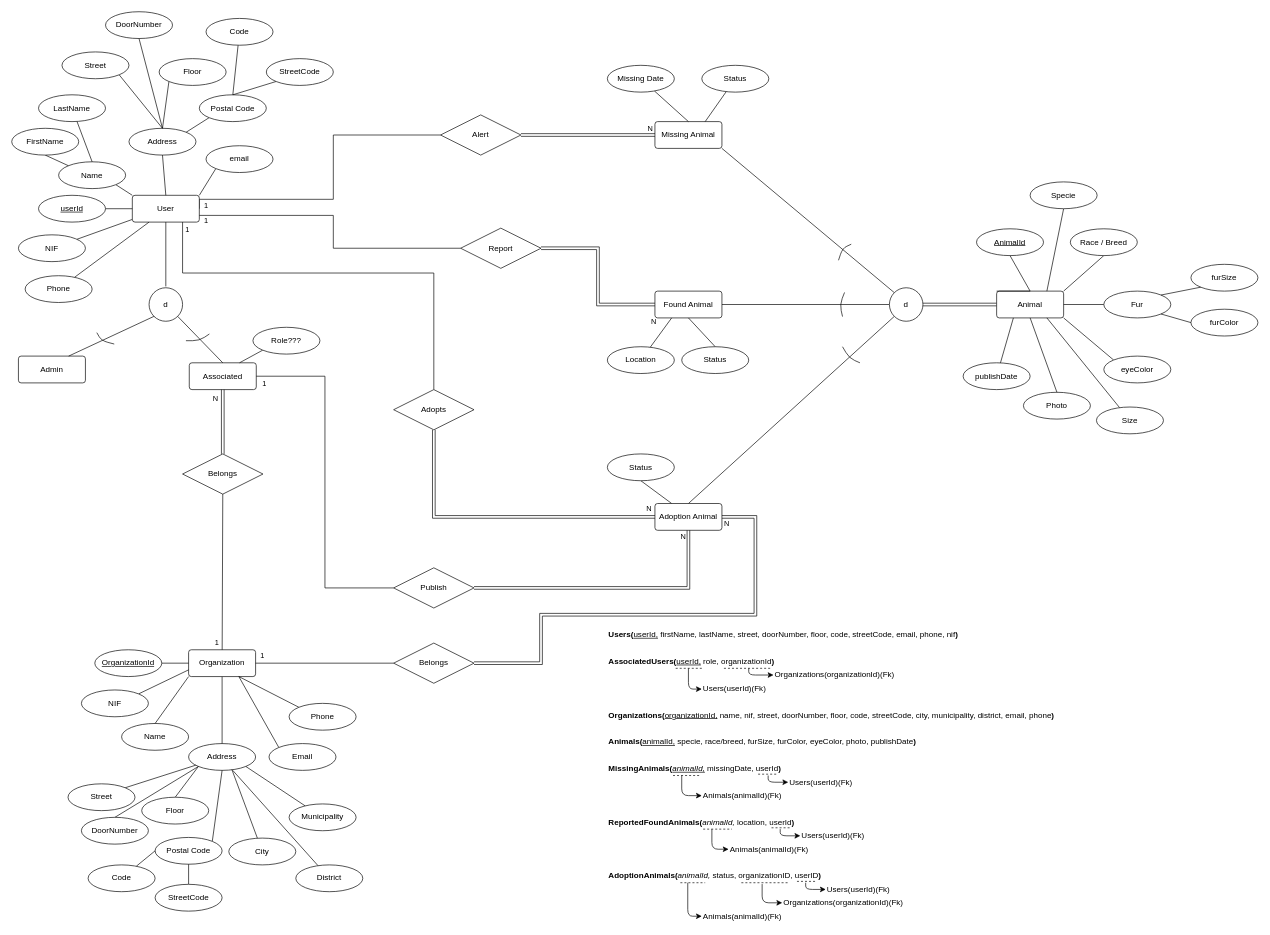
This is Docs/DER.drawio from Projecto-Final-de-Curso-TeSP-PSI/pet-adoption, a draw.io file, before an edit. Source tidied: cells renumbered, new cells numbered last; positions are measured from the earlier drawing's top-left corner, leaving out a move shared by most shapes. Both pictures are drawn from the tidied source at 67%, with x=0, y=0 at pixel (11, 11).
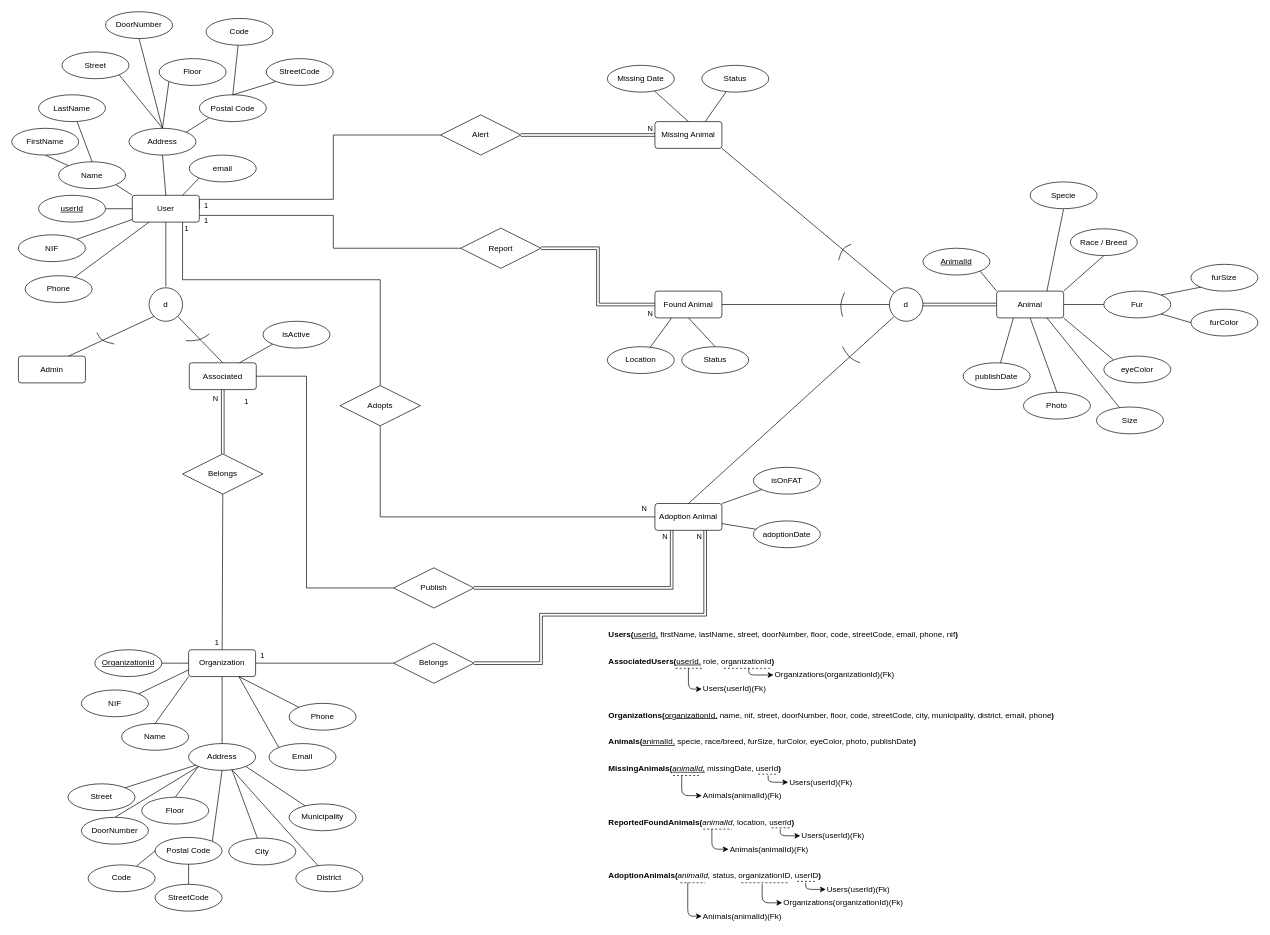
The same diagram, later.

The change refers to these unchanged cells:
```xml
<mxCell id="3" value="Associated" style="rounded=1;arcSize=10;whiteSpace=wrap;html=1;align=center;" parent="1" vertex="1">
  <mxGeometry x="265" y="524" width="100" height="40" as="geometry" />
</mxCell>
<mxCell id="17" value="Adoption Animal" style="rounded=1;arcSize=10;whiteSpace=wrap;html=1;align=center;" parent="1" vertex="1">
  <mxGeometry x="960" y="734" width="100" height="40" as="geometry" />
</mxCell>
<mxCell id="63" value="Animal" style="rounded=1;arcSize=10;whiteSpace=wrap;html=1;align=center;" parent="1" vertex="1">
  <mxGeometry x="1470" y="417" width="100" height="40" as="geometry" />
</mxCell>
<mxCell id="85" value="Publish" style="shape=rhombus;perimeter=rhombusPerimeter;whiteSpace=wrap;html=1;align=center;" parent="1" vertex="1">
  <mxGeometry x="570" y="830" width="120" height="60" as="geometry" />
</mxCell>
<mxCell id="90" value="User" style="rounded=1;arcSize=10;whiteSpace=wrap;html=1;align=center;" parent="1" vertex="1">
  <mxGeometry x="180" y="274" width="100" height="40" as="geometry" />
</mxCell>
<mxCell id="125" style="edgeStyle=orthogonalEdgeStyle;rounded=0;jettySize=auto;html=1;entryX=0;entryY=0.5;entryDx=0;entryDy=0;endArrow=none;endFill=0;shape=link;exitX=1;exitY=0.5;exitDx=0;exitDy=0;" parent="1" edge="1" source="187" target="19">
  <mxGeometry relative="1" as="geometry" />
</mxCell>
<mxCell id="182" value="Belongs" style="shape=rhombus;perimeter=rhombusPerimeter;whiteSpace=wrap;html=1;align=center;" parent="1" vertex="1">
  <mxGeometry x="570" y="942.3" width="120" height="60" as="geometry" />
</mxCell>
```

Change to the diagram source:
```diff
@@
-    <mxCell id="16" style="rounded=0;jettySize=auto;html=1;exitX=0.25;exitY=0;exitDx=0;exitDy=0;entryX=0.5;entryY=1;entryDx=0;entryDy=0;endArrow=none;endFill=0;strokeWidth=1;" parent="1" edge="1" source="17" target="172">
-      <mxGeometry relative="1" as="geometry" />
-    </mxCell>
@@
-    <mxCell id="66" style="edgeStyle=none;rounded=0;jettySize=auto;html=1;exitX=0.5;exitY=1;exitDx=0;exitDy=0;entryX=0.5;entryY=0;entryDx=0;entryDy=0;endArrow=none;endFill=0;" parent="1" edge="1" source="67" target="63">
+    <mxCell id="66" style="edgeStyle=none;rounded=0;jettySize=auto;html=1;exitX=1;exitY=1;exitDx=0;exitDy=0;endArrow=none;endFill=0;entryX=0;entryY=0;entryDx=0;entryDy=0;" parent="1" edge="1" source="67" target="63">
       <mxGeometry x="1620" y="474" as="geometry" />
     </mxCell>
     <mxCell id="67" value="AnimalId" style="ellipse;whiteSpace=wrap;html=1;align=center;fontStyle=4;" parent="1" vertex="1">
-      <mxGeometry x="1440" y="324" width="100" height="40" as="geometry" />
+      <mxGeometry x="1360" y="353" width="100" height="40" as="geometry" />
     </mxCell>
@@
-    <mxCell id="82" style="edgeStyle=none;rounded=0;orthogonalLoop=1;jettySize=auto;html=1;exitX=0;exitY=0;exitDx=0;exitDy=0;entryX=0.5;entryY=0;entryDx=0;entryDy=0;endArrow=none;endFill=0;" parent="1" edge="1" source="63" target="63">
-      <mxGeometry relative="1" as="geometry" />
-    </mxCell>
-    <mxCell id="83" style="edgeStyle=orthogonalEdgeStyle;rounded=0;jettySize=auto;html=1;exitX=1;exitY=0.5;exitDx=0;exitDy=0;entryX=0.5;entryY=1;entryDx=0;entryDy=0;endArrow=none;endFill=0;shape=link;" parent="1" edge="1" source="85" target="17">
-      <mxGeometry relative="1" as="geometry" />
+    <mxCell id="83" style="edgeStyle=orthogonalEdgeStyle;rounded=0;jettySize=auto;html=1;exitX=1;exitY=0.5;exitDx=0;exitDy=0;endArrow=none;endFill=0;shape=link;entryX=0.25;entryY=1;entryDx=0;entryDy=0;" parent="1" edge="1" source="85" target="17">
+      <mxGeometry relative="1" as="geometry">
+        <Array as="points">
+          <mxPoint x="985" y="860" />
+        </Array>
+      </mxGeometry>
     </mxCell>
     <mxCell id="84" value="N" style="edgeLabel;html=1;align=center;verticalAlign=middle;" parent="83" vertex="1">
       <mxGeometry x="0.3" y="-1" relative="1" as="geometry">
-        <mxPoint x="47.1" y="-79" as="offset" />
+        <mxPoint x="36.1" y="-79" as="offset" />
       </mxGeometry>
     </mxCell>
@@
     <mxCell id="88" style="rounded=0;jettySize=auto;html=1;entryX=0.5;entryY=0;entryDx=0;entryDy=0;endArrow=none;endFill=0;edgeStyle=orthogonalEdgeStyle;exitX=0.75;exitY=1;exitDx=0;exitDy=0;" parent="1" edge="1" source="90" target="135">
       <mxGeometry relative="1" as="geometry">
         <Array as="points">
-          <mxPoint x="255" y="390" />
-          <mxPoint x="630" y="390" />
+          <mxPoint x="255" y="400" />
+          <mxPoint x="550" y="400" />
         </Array>
       </mxGeometry>
     </mxCell>
     <mxCell id="89" value="1" style="edgeLabel;html=1;align=center;verticalAlign=middle;" parent="88" vertex="1">
       <mxGeometry x="-0.76" y="3" relative="1" as="geometry">
-        <mxPoint x="3" y="-64.1" as="offset" />
+        <mxPoint x="2" y="-55.1" as="offset" />
       </mxGeometry>
     </mxCell>
@@
-    <mxCell id="117" style="edgeStyle=none;rounded=0;jettySize=auto;html=1;exitX=0;exitY=1;exitDx=0;exitDy=0;entryX=1;entryY=0;entryDx=0;entryDy=0;endArrow=none;endFill=0;" parent="1" edge="1" source="118" target="90">
+    <mxCell id="117" style="edgeStyle=none;rounded=0;jettySize=auto;html=1;exitX=0;exitY=1;exitDx=0;exitDy=0;entryX=0.75;entryY=0;entryDx=0;entryDy=0;endArrow=none;endFill=0;" parent="1" edge="1" source="118" target="90">
       <mxGeometry x="280" y="220" as="geometry" />
     </mxCell>
     <mxCell id="118" value="email" style="ellipse;whiteSpace=wrap;html=1;align=center;" parent="1" vertex="1">
-      <mxGeometry x="290" y="200" width="100" height="40" as="geometry" />
+      <mxGeometry x="265" y="214" width="100" height="40" as="geometry" />
     </mxCell>
@@
     <mxCell id="126" value="N" style="edgeLabel;html=1;align=center;verticalAlign=middle;" parent="125" vertex="1">
       <mxGeometry x="0.75" relative="1" as="geometry">
-        <mxPoint x="29" y="25" as="offset" />
+        <mxPoint x="24" y="13" as="offset" />
       </mxGeometry>
     </mxCell>
@@
     <mxCell id="131" style="edgeStyle=orthogonalEdgeStyle;rounded=0;jettySize=auto;html=1;exitX=1;exitY=0.5;exitDx=0;exitDy=0;entryX=0;entryY=0.5;entryDx=0;entryDy=0;endArrow=none;endFill=0;" parent="1" edge="1" source="3" target="85">
-      <mxGeometry relative="1" as="geometry" />
+      <mxGeometry relative="1" as="geometry">
+        <Array as="points">
+          <mxPoint x="440" y="544" />
+          <mxPoint x="440" y="860" />
+        </Array>
+      </mxGeometry>
     </mxCell>
@@
-    <mxCell id="133" style="edgeStyle=orthogonalEdgeStyle;rounded=0;jettySize=auto;html=1;exitX=0.5;exitY=1;exitDx=0;exitDy=0;entryX=0;entryY=0.5;entryDx=0;entryDy=0;endArrow=none;endFill=0;shape=link;" parent="1" edge="1" source="135" target="17">
+    <mxCell id="133" style="edgeStyle=orthogonalEdgeStyle;rounded=0;jettySize=auto;html=1;exitX=0.5;exitY=1;exitDx=0;exitDy=0;entryX=0;entryY=0.5;entryDx=0;entryDy=0;endArrow=none;endFill=0;" parent="1" edge="1" source="135" target="17">
       <mxGeometry relative="1" as="geometry" />
     </mxCell>
@@
     <mxCell id="135" value="Adopts" style="shape=rhombus;perimeter=rhombusPerimeter;whiteSpace=wrap;html=1;align=center;" parent="1" vertex="1">
-      <mxGeometry x="570" y="564" width="120" height="60" as="geometry" />
+      <mxGeometry x="490" y="558" width="120" height="60" as="geometry" />
     </mxCell>
-    <mxCell id="136" style="rounded=0;jettySize=auto;html=1;exitX=0;exitY=1;exitDx=0;exitDy=0;entryX=0.75;entryY=0;entryDx=0;entryDy=0;endArrow=none;endFill=0;" parent="1" edge="1" source="137" target="3">
-      <mxGeometry relative="1" as="geometry" />
-    </mxCell>
-    <mxCell id="137" value="Role???" style="ellipse;whiteSpace=wrap;html=1;align=center;" parent="1" vertex="1">
-      <mxGeometry x="360" y="471" width="100" height="40" as="geometry" />
-    </mxCell>
@@
-    <mxCell id="172" value="Status" style="ellipse;whiteSpace=wrap;html=1;align=center;" parent="1" vertex="1">
-      <mxGeometry x="889" y="660" width="100" height="40" as="geometry" />
-    </mxCell>
@@
-    <mxCell id="180" style="edgeStyle=orthogonalEdgeStyle;rounded=0;jettySize=auto;html=1;entryX=1;entryY=0.5;entryDx=0;entryDy=0;endArrow=none;endFill=0;exitX=1;exitY=0.5;exitDx=0;exitDy=0;shape=link;" parent="1" edge="1" source="182" target="17">
+    <mxCell id="180" style="edgeStyle=orthogonalEdgeStyle;rounded=0;jettySize=auto;html=1;endArrow=none;endFill=0;exitX=1;exitY=0.5;exitDx=0;exitDy=0;shape=link;entryX=0.75;entryY=1;entryDx=0;entryDy=0;" parent="1" edge="1" source="182" target="17">
       <mxGeometry relative="1" as="geometry">
         <Array as="points">
           <mxPoint x="790" y="972" />
           <mxPoint x="790" y="900" />
-          <mxPoint x="1110" y="900" />
-          <mxPoint x="1110" y="754" />
+          <mxPoint x="1035" y="900" />
         </Array>
       </mxGeometry>
     </mxCell>
     <mxCell id="181" value="N" style="edgeLabel;html=1;align=center;verticalAlign=middle;" parent="180" vertex="1">
       <mxGeometry x="0.88" y="2" relative="1" as="geometry">
-        <mxPoint x="-34.4" y="7.9" as="offset" />
+        <mxPoint x="-8" y="-22.8" as="offset" />
       </mxGeometry>
     </mxCell>
@@
+    <mxCell id="192" style="edgeStyle=none;rounded=0;jettySize=auto;html=1;exitX=0;exitY=1;exitDx=0;exitDy=0;entryX=0.75;entryY=0;entryDx=0;entryDy=0;endArrow=none;endFill=0;" parent="1" edge="1" source="193" target="3">
+      <mxGeometry relative="1" as="geometry" />
+    </mxCell>
+    <mxCell id="193" value="isActive" style="ellipse;whiteSpace=wrap;html=1;align=center;" parent="1" vertex="1">
+      <mxGeometry x="375" y="462" width="100" height="40" as="geometry" />
+    </mxCell>
+    <mxCell id="194" style="edgeStyle=none;rounded=0;jettySize=auto;html=1;entryX=1;entryY=0;entryDx=0;entryDy=0;endArrow=none;endFill=0;" parent="1" edge="1" source="195" target="17">
+      <mxGeometry relative="1" as="geometry" />
+    </mxCell>
+    <mxCell id="195" value="isOnFAT" style="ellipse;whiteSpace=wrap;html=1;align=center;" parent="1" vertex="1">
+      <mxGeometry x="1107" y="680" width="100" height="40" as="geometry" />
+    </mxCell>
+    <mxCell id="196" style="edgeStyle=none;rounded=0;jettySize=auto;html=1;entryX=1;entryY=0.75;entryDx=0;entryDy=0;endArrow=none;endFill=0;" parent="1" edge="1" source="197" target="17">
+      <mxGeometry relative="1" as="geometry" />
+    </mxCell>
+    <mxCell id="197" value="adoptionDate" style="ellipse;whiteSpace=wrap;html=1;align=center;" parent="1" vertex="1">
+      <mxGeometry x="1107" y="760" width="100" height="40" as="geometry" />
+    </mxCell>
```
